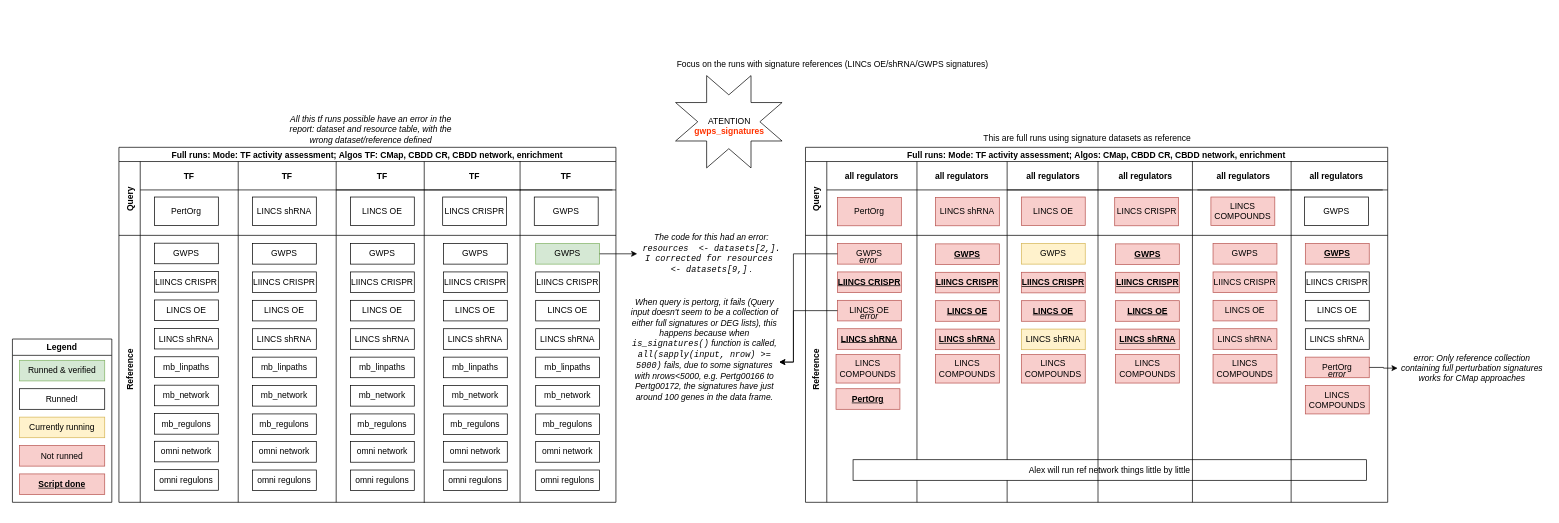
Above: Untitled Diagram.drawio in mivgomes/drawio (draw.io), before the change. Source tidied: cells renumbered, new cells numbered last; positions are measured from the earlier drawing's top-left corner, leaving out a move shared by most shapes. Both pictures are drawn from the tidied source at 71%, with x=0, y=0 at pixel (12, 55).
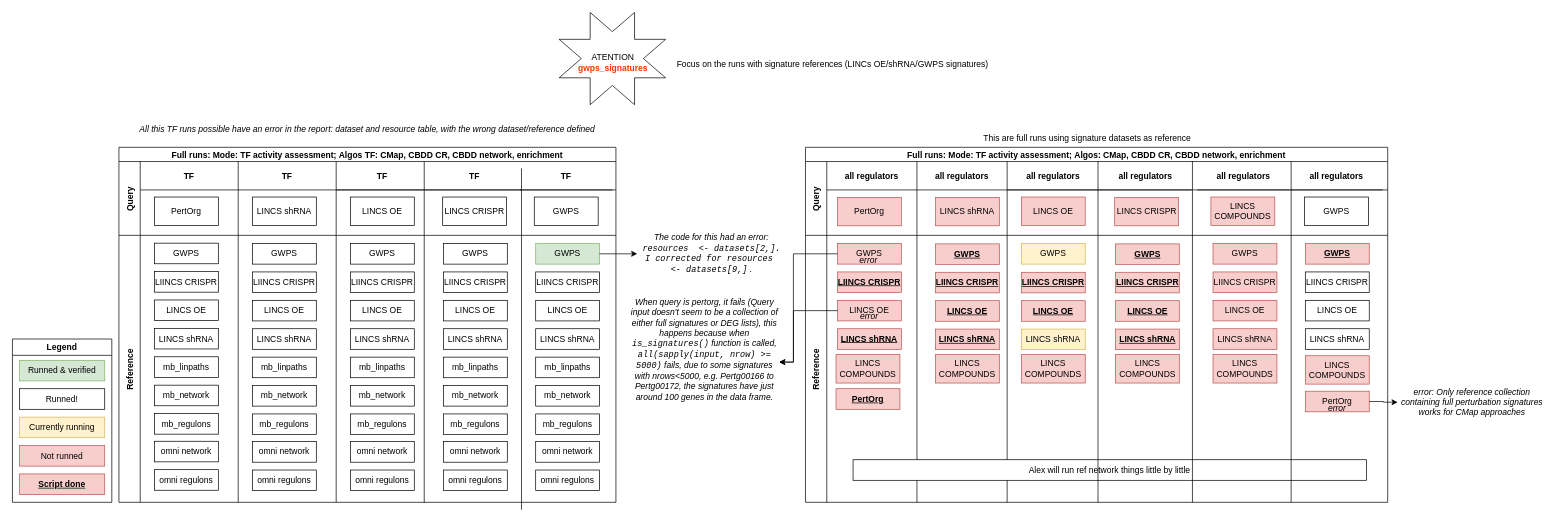
The same page after the edit.

The change refers to these unchanged cells:
```xml
<mxCell id="13" value="TF" style="swimlane;swimlaneHead=0;swimlaneBody=0;fillColor=none;startSize=40;fontStyle=1;" parent="8" vertex="1">
  <mxGeometry x="259" width="130" height="104" as="geometry" />
</mxCell>
<mxCell id="58" style="swimlane;swimlaneHead=0;swimlaneBody=0;fillColor=none;startSize=0;fontStyle=1;" parent="37" vertex="1">
  <mxGeometry x="261" width="130" height="376" as="geometry" />
</mxCell>
<mxCell id="100" style="swimlane;swimlaneHead=0;swimlaneBody=0;fillColor=none;startSize=0;fontStyle=1;" parent="99" vertex="1">
  <mxGeometry x="400" width="130" height="376" as="geometry" />
</mxCell>
```

The edit, as a diff of the source:
```diff
@@
-    <mxCell id="15" style="endArrow=none;html=1;rounded=0;" parent="13" edge="1">
-      <mxGeometry relative="1" as="geometry">
-        <mxPoint y="480" as="sourcePoint" />
-        <mxPoint y="-0.7" as="targetPoint" />
-      </mxGeometry>
-    </mxCell>
@@
+    <mxCell id="15" style="endArrow=none;html=1;rounded=0;" parent="58" edge="1">
+      <mxGeometry relative="1" as="geometry">
+        <mxPoint y="386.4" as="sourcePoint" />
+        <mxPoint y="-94.4" as="targetPoint" />
+      </mxGeometry>
+    </mxCell>
@@
     <mxCell id="105" value="PertOrg" style="rounded=0;whiteSpace=wrap;html=1;fillColor=#f8cecc;strokeColor=#b85450;" parent="100" vertex="1">
-      <mxGeometry x="20" y="171.5" width="90" height="29" as="geometry" />
+      <mxGeometry x="20" y="219.5" width="90" height="29" as="geometry" />
     </mxCell>
     <mxCell id="106" value="error" style="text;html=1;align=center;verticalAlign=middle;whiteSpace=wrap;rounded=0;fontStyle=2;" parent="100" vertex="1">
-      <mxGeometry x="35" y="180.5" width="60" height="30" as="geometry" />
+      <mxGeometry x="35" y="228.5" width="60" height="30" as="geometry" />
     </mxCell>
     <mxCell id="107" value="LINCS COMPOUNDS" style="rounded=0;whiteSpace=wrap;html=1;fillColor=#f8cecc;strokeColor=#b85450;" parent="100" vertex="1">
-      <mxGeometry x="20" y="211.5" width="90" height="40" as="geometry" />
+      <mxGeometry x="20" y="169.5" width="90" height="40" as="geometry" />
     </mxCell>
@@
-    <mxCell id="139" value="All this tf runs possible have an error in the report: dataset and resource table, with the wrong dataset/reference defined" style="text;html=1;align=center;verticalAlign=middle;whiteSpace=wrap;rounded=0;fontStyle=2;" parent="1" vertex="1">
-      <mxGeometry x="380" y="70" width="250" height="70" as="geometry" />
+    <mxCell id="139" value="All this TF runs possible have an error in the report: dataset and resource table, with the wrong dataset/reference defined" style="text;html=1;align=center;verticalAlign=middle;whiteSpace=wrap;rounded=0;fontStyle=2;" parent="1" vertex="1">
+      <mxGeometry x="130" y="70" width="740" height="70" as="geometry" />
     </mxCell>
-    <mxCell id="140" style="verticalLabelPosition=bottom;verticalAlign=top;html=1;shape=mxgraph.basic.8_point_star;" parent="1" vertex="1">
-      <mxGeometry x="934" y="29" width="150" height="130" as="geometry" />
-    </mxCell>
-    <mxCell id="141" value="ATENTION&lt;div&gt;&lt;b style=&quot;text-wrap-mode: nowrap;&quot;&gt;&lt;font color=&quot;#ff3300&quot;&gt;gwps_signatures&lt;/font&gt;&lt;/b&gt;&lt;/div&gt;" style="text;html=1;align=center;verticalAlign=middle;whiteSpace=wrap;rounded=0;" parent="1" vertex="1">
-      <mxGeometry x="980" y="85" width="60" height="30" as="geometry" />
-    </mxCell>
@@
     <mxCell id="143" value="&lt;span style=&quot;text-align: left;&quot;&gt;error: Only reference collection containing full perturbation signatures works for CMap approaches&lt;/span&gt;" style="text;html=1;align=center;verticalAlign=middle;whiteSpace=wrap;rounded=0;fontStyle=2;" parent="1" vertex="1">
-      <mxGeometry x="1951" y="406" width="210" height="70" as="geometry" />
+      <mxGeometry x="1951" y="454" width="210" height="70" as="geometry" />
     </mxCell>
@@
+    <mxCell id="146" style="group;" parent="1" vertex="1">
+      <mxGeometry x="770" y="-60" width="150" height="130" as="geometry" />
+    </mxCell>
+    <mxCell id="140" style="verticalLabelPosition=bottom;verticalAlign=top;html=1;shape=mxgraph.basic.8_point_star;" parent="146" vertex="1">
+      <mxGeometry width="150" height="130" as="geometry" />
+    </mxCell>
+    <mxCell id="141" value="ATENTION&lt;div&gt;&lt;b style=&quot;text-wrap-mode: nowrap;&quot;&gt;&lt;font color=&quot;#ff3300&quot;&gt;gwps_signatures&lt;/font&gt;&lt;/b&gt;&lt;/div&gt;" style="text;html=1;align=center;verticalAlign=middle;whiteSpace=wrap;rounded=0;" parent="146" vertex="1">
+      <mxGeometry x="46" y="56" width="60" height="30" as="geometry" />
+    </mxCell>
```
